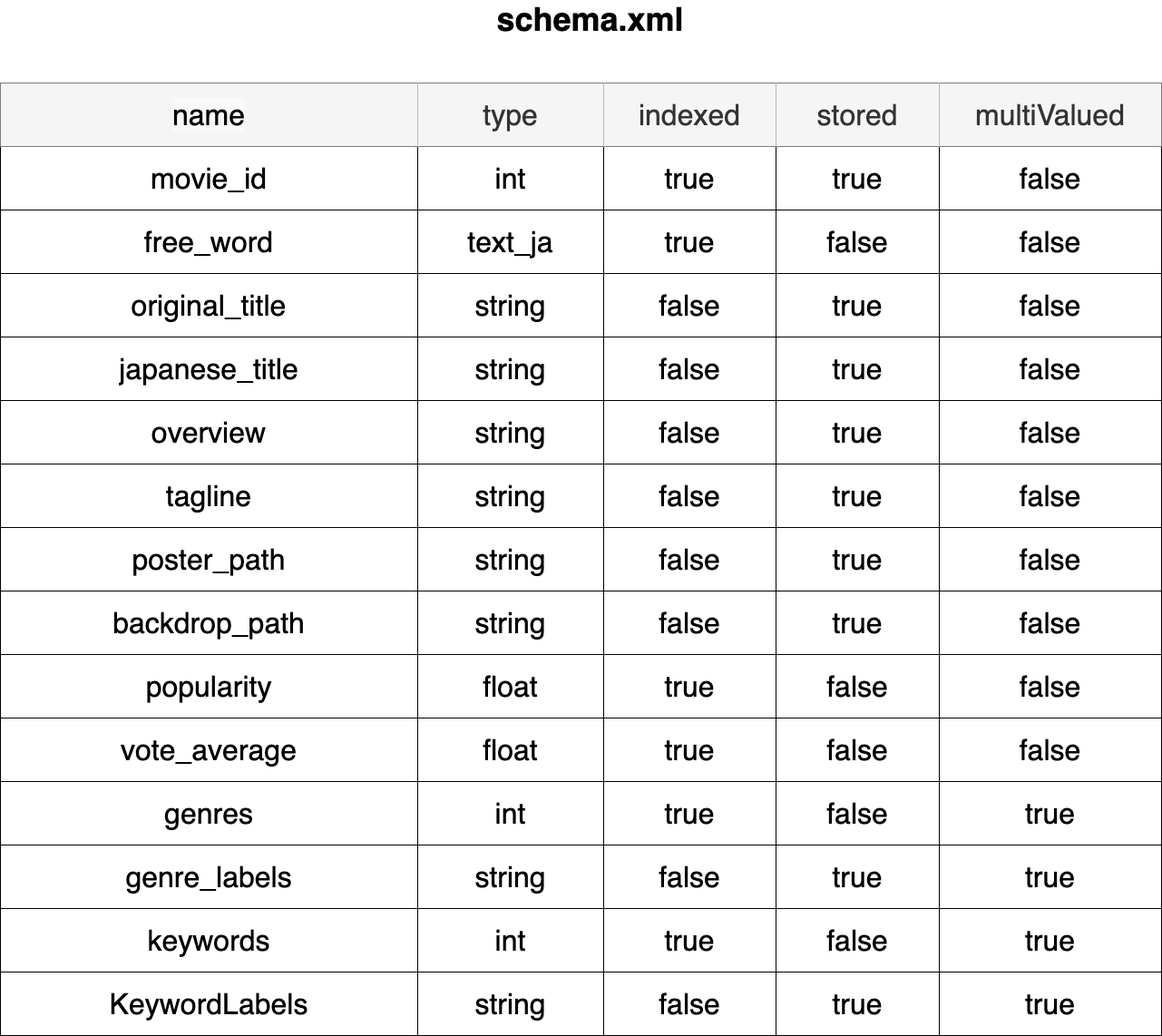
Before: docs/Data/solr-schema.png, a diagram exported from draw.io (yuya-okada527/ml-playground). Source tidied: cells renumbered, new cells last; positions are measured from the earlier drawing's top-left corner, leaving out a move shared by most shapes.
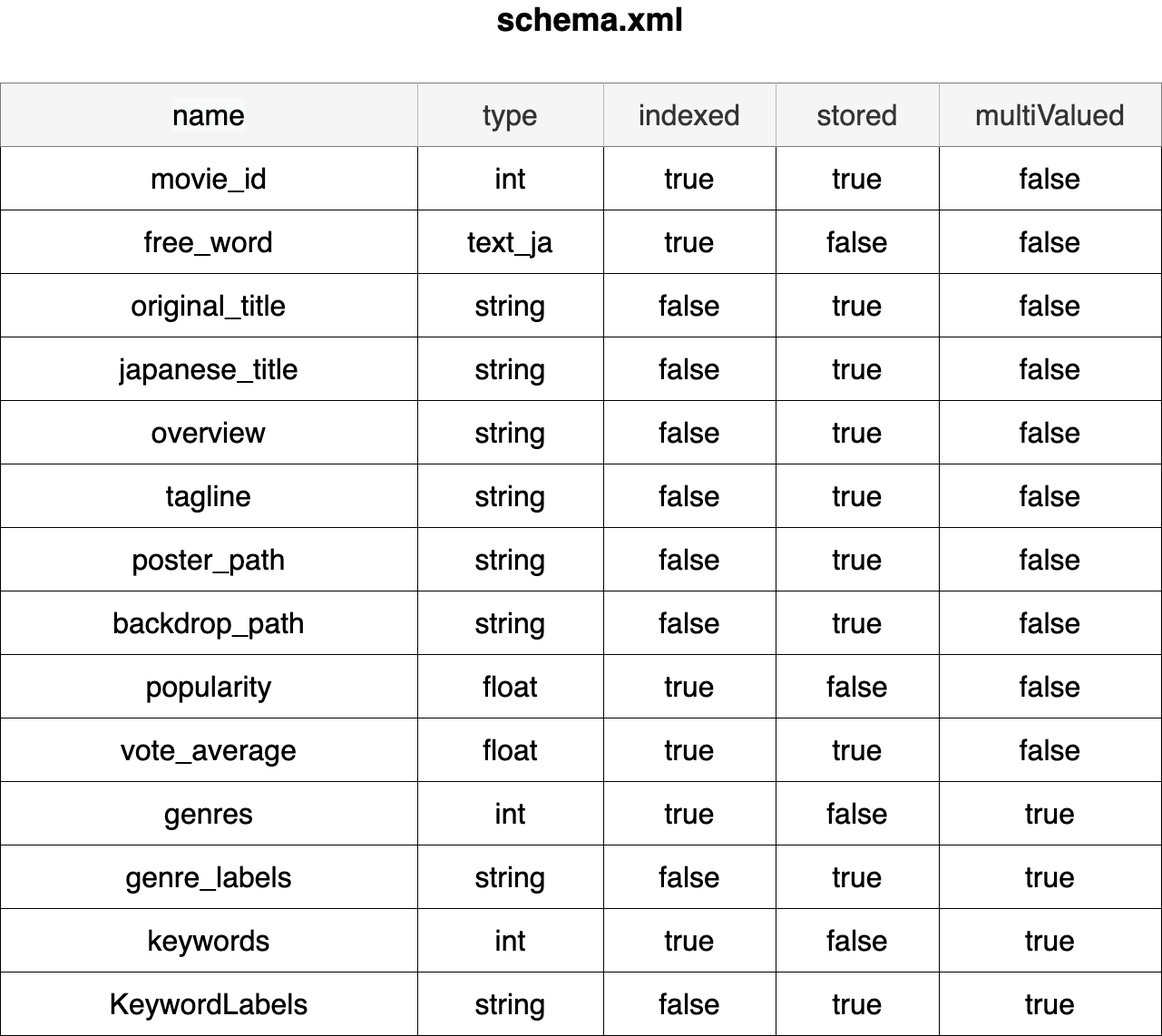
After the change.

Diff of the diagram source:
```diff
@@ -200,7 +200,7 @@
     <mxCell id="67" value="true" style="shape=partialRectangle;html=1;whiteSpace=wrap;overflow=hidden;fillColor=none;top=0;left=0;bottom=0;right=0;fontSize=32;" parent="64" vertex="1">
       <mxGeometry x="665" width="190" height="70" as="geometry" />
     </mxCell>
-    <mxCell id="68" value="false" style="shape=partialRectangle;html=1;whiteSpace=wrap;overflow=hidden;fillColor=none;top=0;left=0;bottom=0;right=0;fontSize=32;" parent="64" vertex="1">
+    <mxCell id="68" value="true" style="shape=partialRectangle;html=1;whiteSpace=wrap;overflow=hidden;fillColor=none;top=0;left=0;bottom=0;right=0;fontSize=32;" parent="64" vertex="1">
       <mxGeometry x="855" width="180" height="70" as="geometry" />
     </mxCell>
     <mxCell id="69" value="false" style="shape=partialRectangle;html=1;whiteSpace=wrap;overflow=hidden;fillColor=none;top=0;left=0;bottom=0;right=0;fontSize=32;" parent="64" vertex="1">
```
